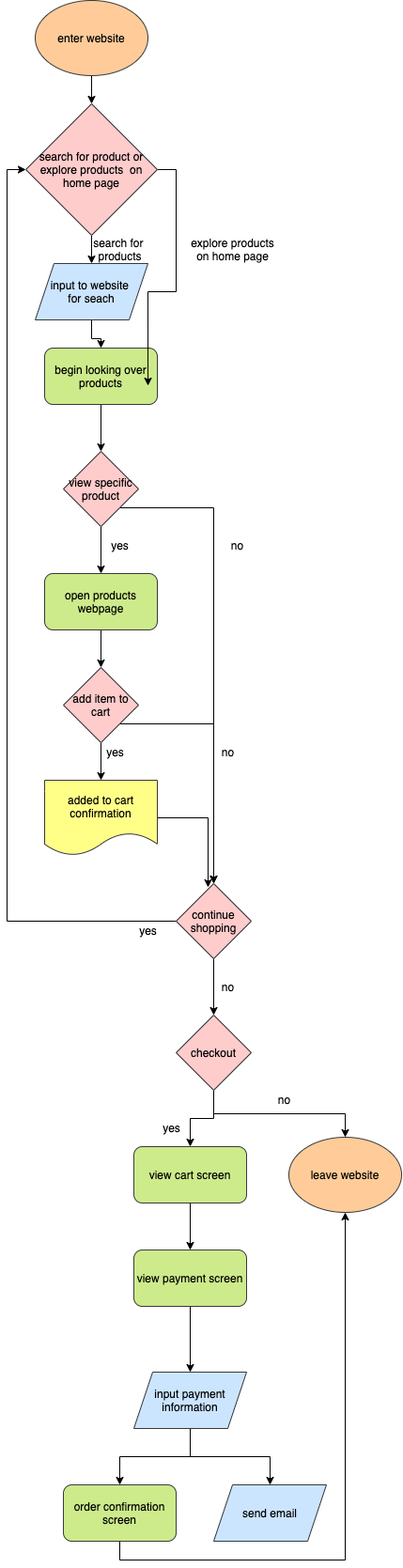
Before: part2/part2.drawio.png, a diagram exported from draw.io (saradoron/sp21-cse110-lab4). Source tidied: cells renumbered, new cells last; positions are measured from the earlier drawing's top-left corner, leaving out a move shared by most shapes.
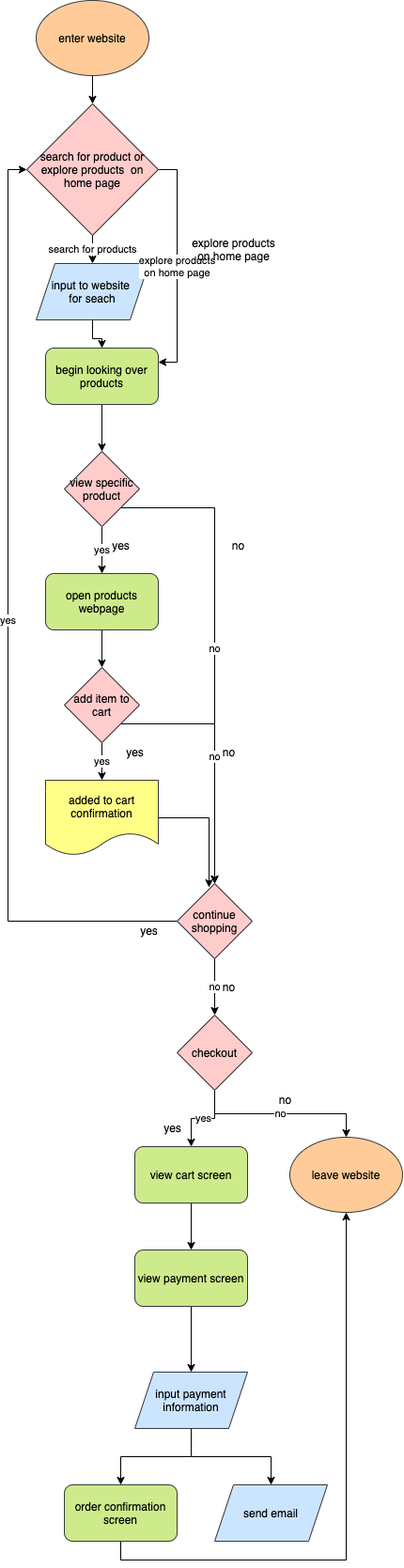
The same file after the commit.

Change to the diagram source:
```diff
@@ -20,19 +20,19 @@
     <mxCell id="7" value="begin looking over products" style="rounded=1;whiteSpace=wrap;html=1;fillColor=#cdeb8b;strokeColor=#36393d;fontColor=#000000;" parent="1" vertex="1">
       <mxGeometry x="20" y="370" width="120" height="60" as="geometry" />
     </mxCell>
-    <mxCell id="8" style="edgeStyle=orthogonalEdgeStyle;rounded=0;jettySize=auto;html=1;exitX=0.5;exitY=1;exitDx=0;exitDy=0;fontColor=#000000;" parent="1" edge="1" source="10" target="23">
+    <mxCell id="8" value="yes" style="edgeStyle=orthogonalEdgeStyle;rounded=0;jettySize=auto;html=1;exitX=0.5;exitY=1;exitDx=0;exitDy=0;fontColor=#000000;" parent="1" edge="1" source="10" target="23">
       <mxGeometry relative="1" as="geometry" />
     </mxCell>
-    <mxCell id="9" style="edgeStyle=orthogonalEdgeStyle;rounded=0;jettySize=auto;html=1;exitX=1;exitY=1;exitDx=0;exitDy=0;fontColor=#000000;" parent="1" edge="1" source="10" target="18">
+    <mxCell id="9" value="no" style="edgeStyle=orthogonalEdgeStyle;rounded=0;jettySize=auto;html=1;exitX=1;exitY=1;exitDx=0;exitDy=0;fontColor=#000000;" parent="1" edge="1" source="10" target="18">
       <mxGeometry relative="1" as="geometry" />
     </mxCell>
     <mxCell id="10" value="view specific product" style="rhombus;whiteSpace=wrap;html=1;fillColor=#ffcccc;strokeColor=#36393d;fontColor=#000000;" parent="1" vertex="1">
       <mxGeometry x="40" y="480" width="80" height="80" as="geometry" />
     </mxCell>
-    <mxCell id="11" style="edgeStyle=orthogonalEdgeStyle;rounded=0;jettySize=auto;html=1;exitX=0.5;exitY=1;exitDx=0;exitDy=0;entryX=0.5;entryY=0;entryDx=0;entryDy=0;fontColor=#000000;" parent="1" edge="1" source="13" target="15">
+    <mxCell id="11" value="yes" style="edgeStyle=orthogonalEdgeStyle;rounded=0;jettySize=auto;html=1;exitX=0.5;exitY=1;exitDx=0;exitDy=0;entryX=0.5;entryY=0;entryDx=0;entryDy=0;fontColor=#000000;" parent="1" edge="1" source="13" target="15">
       <mxGeometry relative="1" as="geometry" />
     </mxCell>
-    <mxCell id="12" style="edgeStyle=orthogonalEdgeStyle;rounded=0;jettySize=auto;html=1;exitX=1;exitY=1;exitDx=0;exitDy=0;entryX=0.5;entryY=0;entryDx=0;entryDy=0;fontColor=#000000;" parent="1" edge="1" source="13" target="18">
+    <mxCell id="12" value="no" style="edgeStyle=orthogonalEdgeStyle;rounded=0;jettySize=auto;html=1;exitX=1;exitY=1;exitDx=0;exitDy=0;entryX=0.5;entryY=0;entryDx=0;entryDy=0;fontColor=#000000;" parent="1" edge="1" source="13" target="18">
       <mxGeometry relative="1" as="geometry" />
     </mxCell>
     <mxCell id="13" value="add item to cart" style="rhombus;whiteSpace=wrap;html=1;fillColor=#ffcccc;strokeColor=#36393d;fontColor=#000000;" parent="1" vertex="1">
@@ -44,10 +44,10 @@
     <mxCell id="15" value="&lt;font color=&quot;#000000&quot;&gt;added to cart confirmation&lt;/font&gt;" style="shape=document;whiteSpace=wrap;html=1;boundedLbl=1;fillColor=#ffff88;strokeColor=#36393d;" parent="1" vertex="1">
       <mxGeometry x="20" y="830" width="120" height="80" as="geometry" />
     </mxCell>
-    <mxCell id="16" style="edgeStyle=orthogonalEdgeStyle;rounded=0;jettySize=auto;html=1;exitX=0;exitY=0.5;exitDx=0;exitDy=0;entryX=0;entryY=0.5;entryDx=0;entryDy=0;fontColor=#000000;" parent="1" edge="1" source="18" target="45">
+    <mxCell id="16" value="yes" style="edgeStyle=orthogonalEdgeStyle;rounded=0;jettySize=auto;html=1;exitX=0;exitY=0.5;exitDx=0;exitDy=0;entryX=0;entryY=0.5;entryDx=0;entryDy=0;fontColor=#000000;" parent="1" edge="1" source="18" target="45">
       <mxGeometry relative="1" as="geometry" />
     </mxCell>
-    <mxCell id="17" style="edgeStyle=orthogonalEdgeStyle;rounded=0;jettySize=auto;html=1;exitX=0.5;exitY=1;exitDx=0;exitDy=0;entryX=0.5;entryY=0;entryDx=0;entryDy=0;fontColor=#000000;" parent="1" edge="1" source="18" target="28">
+    <mxCell id="17" value="no" style="edgeStyle=orthogonalEdgeStyle;rounded=0;jettySize=auto;html=1;exitX=0.5;exitY=1;exitDx=0;exitDy=0;entryX=0.5;entryY=0;entryDx=0;entryDy=0;fontColor=#000000;" parent="1" edge="1" source="18" target="28">
       <mxGeometry relative="1" as="geometry" />
     </mxCell>
     <mxCell id="18" value="&lt;font color=&quot;#000000&quot;&gt;continue shopping&lt;/font&gt;" style="rhombus;whiteSpace=wrap;html=1;fillColor=#ffcccc;strokeColor=#36393d;" parent="1" vertex="1">
@@ -57,7 +57,7 @@
       <mxGeometry x="85" y="570" width="30" height="20" as="geometry" />
     </mxCell>
     <mxCell id="20" value="yes" style="text;html=1;align=center;verticalAlign=middle;fillColor=none;strokeColor=none;rounded=0;fontColor=#000000;" parent="1" vertex="1">
-      <mxGeometry x="80" y="790" width="30" height="20" as="geometry" />
+      <mxGeometry x="100" y="790" width="30" height="20" as="geometry" />
     </mxCell>
     <mxCell id="21" value="no" style="text;html=1;align=center;verticalAlign=middle;fillColor=none;strokeColor=none;rounded=0;fontColor=#000000;" parent="1" vertex="1">
       <mxGeometry x="200" y="790" width="30" height="20" as="geometry" />
@@ -74,10 +74,10 @@
     <mxCell id="25" value="yes" style="text;html=1;align=center;verticalAlign=middle;fillColor=none;strokeColor=none;rounded=0;fontColor=#000000;" parent="1" vertex="1">
       <mxGeometry x="115" y="980" width="30" height="20" as="geometry" />
     </mxCell>
-    <mxCell id="26" style="edgeStyle=orthogonalEdgeStyle;rounded=0;jettySize=auto;html=1;exitX=0.5;exitY=1;exitDx=0;exitDy=0;fontColor=#000000;" parent="1" edge="1" source="28" target="30">
+    <mxCell id="26" value="no" style="edgeStyle=orthogonalEdgeStyle;rounded=0;jettySize=auto;html=1;exitX=0.5;exitY=1;exitDx=0;exitDy=0;fontColor=#000000;" parent="1" edge="1" source="28" target="30">
       <mxGeometry relative="1" as="geometry" />
     </mxCell>
-    <mxCell id="27" style="edgeStyle=orthogonalEdgeStyle;rounded=0;jettySize=auto;html=1;exitX=0.5;exitY=1;exitDx=0;exitDy=0;entryX=0.5;entryY=0;entryDx=0;entryDy=0;fontColor=#000000;" parent="1" edge="1" source="28" target="33">
+    <mxCell id="27" value="yes" style="edgeStyle=orthogonalEdgeStyle;rounded=0;jettySize=auto;html=1;exitX=0.5;exitY=1;exitDx=0;exitDy=0;entryX=0.5;entryY=0;entryDx=0;entryDy=0;fontColor=#000000;" parent="1" edge="1" source="28" target="33">
       <mxGeometry relative="1" as="geometry" />
     </mxCell>
     <mxCell id="28" value="checkout" style="rhombus;whiteSpace=wrap;html=1;fillColor=#ffcccc;strokeColor=#36393d;fontColor=#000000;" parent="1" vertex="1">
@@ -125,18 +125,15 @@
     <mxCell id="42" value="send email" style="shape=parallelogram;perimeter=parallelogramPerimeter;whiteSpace=wrap;html=1;fixedSize=1;fillColor=#cce5ff;strokeColor=#36393d;fontColor=#000000;" parent="1" vertex="1">
       <mxGeometry x="200" y="1580" width="120" height="60" as="geometry" />
     </mxCell>
-    <mxCell id="43" style="edgeStyle=orthogonalEdgeStyle;rounded=0;jettySize=auto;html=1;exitX=0.5;exitY=1;exitDx=0;exitDy=0;fontColor=#000000;" parent="1" edge="1" source="45" target="5">
+    <mxCell id="43" value="search for products" style="edgeStyle=orthogonalEdgeStyle;rounded=0;jettySize=auto;html=1;exitX=0.5;exitY=1;exitDx=0;exitDy=0;fontColor=#000000;" parent="1" edge="1" source="45" target="5">
       <mxGeometry relative="1" as="geometry" />
     </mxCell>
-    <mxCell id="44" style="edgeStyle=orthogonalEdgeStyle;rounded=0;jettySize=auto;html=1;exitX=1;exitY=0.5;exitDx=0;exitDy=0;entryX=0.917;entryY=0.667;entryDx=0;entryDy=0;entryPerimeter=0;fontColor=#000000;" parent="1" edge="1" source="45" target="7">
+    <mxCell id="44" value="explore products&lt;br&gt;on home page" style="edgeStyle=orthogonalEdgeStyle;rounded=0;jettySize=auto;html=1;exitX=1;exitY=0.5;exitDx=0;exitDy=0;entryX=1;entryY=0.25;entryDx=0;entryDy=0;fontColor=#000000;" parent="1" edge="1" source="45" target="7">
       <mxGeometry relative="1" as="geometry" />
     </mxCell>
     <mxCell id="45" value="search for product or explore products&amp;nbsp; on home page" style="rhombus;whiteSpace=wrap;html=1;fillColor=#ffcccc;strokeColor=#36393d;fontColor=#000000;" parent="1" vertex="1">
       <mxGeometry y="110" width="140" height="140" as="geometry" />
     </mxCell>
-    <mxCell id="46" value="search for &lt;br&gt;products" style="text;html=1;align=center;verticalAlign=middle;fillColor=none;strokeColor=none;rounded=0;fontColor=#000000;" parent="1" vertex="1">
-      <mxGeometry x="65" y="250" width="70" height="30" as="geometry" />
-    </mxCell>
     <mxCell id="47" value="explore products&lt;br&gt;on home page" style="text;html=1;align=center;verticalAlign=middle;fillColor=none;strokeColor=none;rounded=0;fontColor=#000000;" parent="1" vertex="1">
       <mxGeometry x="170" y="250" width="100" height="30" as="geometry" />
     </mxCell>
```
